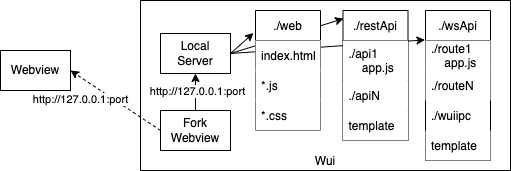
Above: architecture.drawio.png in boblund/JS-Wui (draw.io), before the change. Source tidied: cells renumbered, new cells last; positions are measured from the earlier drawing's top-left corner, leaving out a move shared by most shapes. The source it was exported from:
```xml
<mxGraphModel>
  <root>
    <mxCell id="0" />
    <mxCell id="1" parent="0" />
    <mxCell id="2" value="Wui" style="rounded=0;whiteSpace=wrap;html=1;verticalAlign=bottom;" parent="1" vertex="1">
      <mxGeometry x="140" width="370" height="170" as="geometry" />
    </mxCell>
    <mxCell id="3" value="Webview" style="rounded=0;whiteSpace=wrap;html=1;" parent="1" vertex="1">
      <mxGeometry y="50" width="70" height="40" as="geometry" />
    </mxCell>
    <mxCell id="4" value="Fork&lt;br&gt;Webview" style="rounded=0;whiteSpace=wrap;html=1;" parent="1" vertex="1">
      <mxGeometry x="160" y="110" width="70" height="40" as="geometry" />
    </mxCell>
    <mxCell id="5" value="Local&lt;br&gt;Server" style="rounded=0;whiteSpace=wrap;html=1;" parent="1" vertex="1">
      <mxGeometry x="160" y="33" width="70" height="40" as="geometry" />
    </mxCell>
    <mxCell id="6" value="./wsApi" style="swimlane;fontStyle=0;horizontal=1;startSize=30;" parent="1" vertex="1">
      <mxGeometry x="425" y="10" width="65" height="150" as="geometry" />
    </mxCell>
    <mxCell id="7" value="./route1&#10;    app.js" style="text;strokeColor=none;fillColor=default;align=left;verticalAlign=middle;spacingLeft=4;spacingRight=4;overflow=hidden;" parent="6" vertex="1">
      <mxGeometry y="30" width="65" height="30" as="geometry" />
    </mxCell>
    <mxCell id="8" value="./routeN" style="text;strokeColor=none;fillColor=default;align=left;verticalAlign=middle;spacingLeft=4;spacingRight=4;overflow=hidden;" parent="6" vertex="1">
      <mxGeometry y="60" width="65" height="30" as="geometry" />
    </mxCell>
    <mxCell id="9" value="./wuiipc" style="text;strokeColor=none;fillColor=none;align=left;verticalAlign=middle;spacingLeft=4;spacingRight=4;overflow=hidden;" parent="6" vertex="1">
      <mxGeometry y="90" width="65" height="30" as="geometry" />
    </mxCell>
    <mxCell id="10" value="template" style="text;strokeColor=none;fillColor=default;align=left;verticalAlign=middle;spacingLeft=4;spacingRight=4;overflow=hidden;" parent="6" vertex="1">
      <mxGeometry y="120" width="65" height="30" as="geometry" />
    </mxCell>
    <mxCell id="11" style="endArrow=classic;html=1;rounded=0;entryX=-0.008;entryY=0.196;entryDx=0;entryDy=0;entryPerimeter=0;exitX=1;exitY=0.5;exitDx=0;exitDy=0;startArrow=none;" parent="1" edge="1" source="5" target="6">
      <mxGeometry relative="1" as="geometry" />
    </mxCell>
    <mxCell id="12" style="endArrow=classic;html=1;rounded=0;exitX=1;exitY=0.5;exitDx=0;exitDy=0;entryX=-0.031;entryY=0.188;entryDx=0;entryDy=0;entryPerimeter=0;" parent="1" edge="1" source="5" target="21">
      <mxGeometry relative="1" as="geometry" />
    </mxCell>
    <mxCell id="13" style="endArrow=classic;html=1;rounded=0;exitX=0;exitY=0.5;exitDx=0;exitDy=0;entryX=1;entryY=0.5;entryDx=0;entryDy=0;dashed=1;" parent="1" edge="1" source="4" target="3">
      <mxGeometry relative="1" as="geometry" />
    </mxCell>
    <mxCell id="14" value="&lt;span style=&quot;color: rgba(0, 0, 0, 0); font-family: monospace; font-size: 0px; text-align: start; background-color: rgb(248, 249, 250);&quot;&gt;%3CmxGraphModel%3E%3Croot%3E%3CmxCell%20id%3D%220%22%2F%3E%3CmxCell%20id%3D%221%22%20parent%3D%220%22%2F%3E%3CmxCell%20id%3D%222%22%20value%3D%22http%3A%2F%2F127.0.0.1%3Aport%22%20style%3D%22edgeLabel%3Bhtml%3D1%3Balign%3Dcenter%3BverticalAlign%3Dmiddle%3Bresizable%3D0%3Bpoints%3D%5B%5D%3B%22%20vertex%3D%221%22%20connectable%3D%220%22%20parent%3D%221%22%3E%3CmxGeometry%20x%3D%22356%22%20y%3D%22219.66666666666663%22%20as%3D%22geometry%22%2F%3E%3C%2FmxCell%3E%3C%2Froot%3E%3C%2FmxGraphModel%3E&lt;/span&gt;" style="edgeLabel;html=1;align=center;verticalAlign=middle;" parent="13" vertex="1">
      <mxGeometry y="-1" relative="1" as="geometry" />
    </mxCell>
    <mxCell id="15" value="http://127.0.0.1:port" style="edgeLabel;html=1;align=center;verticalAlign=middle;" parent="13" vertex="1">
      <mxGeometry x="0.05" relative="1" as="geometry">
        <mxPoint x="-33" as="offset" />
      </mxGeometry>
    </mxCell>
    <mxCell id="16" value="./restApi" style="swimlane;fontStyle=0;horizontal=1;startSize=30;" parent="1" vertex="1">
      <mxGeometry x="342.5" y="10" width="65" height="130" as="geometry" />
    </mxCell>
    <mxCell id="17" value="./api1&#10;    app.js" style="text;strokeColor=none;fillColor=default;align=left;verticalAlign=middle;spacingLeft=4;spacingRight=4;overflow=hidden;" parent="16" vertex="1">
      <mxGeometry y="30" width="65" height="40" as="geometry" />
    </mxCell>
    <mxCell id="18" value="./apiN" style="text;strokeColor=none;fillColor=default;align=left;verticalAlign=middle;spacingLeft=4;spacingRight=4;overflow=hidden;" parent="16" vertex="1">
      <mxGeometry y="70" width="65" height="30" as="geometry" />
    </mxCell>
    <mxCell id="19" value="template" style="text;strokeColor=none;fillColor=default;align=left;verticalAlign=middle;spacingLeft=4;spacingRight=4;overflow=hidden;" parent="16" vertex="1">
      <mxGeometry y="100" width="65" height="30" as="geometry" />
    </mxCell>
    <mxCell id="20" style="endArrow=classic;html=1;rounded=0;entryX=0.008;entryY=0.063;entryDx=0;entryDy=0;entryPerimeter=0;exitX=1;exitY=0.5;exitDx=0;exitDy=0;" parent="1" edge="1" source="5" target="16">
      <mxGeometry relative="1" as="geometry" />
    </mxCell>
    <mxCell id="21" value="./web" style="swimlane;fontStyle=0;horizontal=1;startSize=30;" parent="1" vertex="1">
      <mxGeometry x="255" y="10" width="65" height="120" as="geometry" />
    </mxCell>
    <mxCell id="22" value="index.html" style="text;strokeColor=none;fillColor=default;align=left;verticalAlign=middle;spacingLeft=4;spacingRight=4;overflow=hidden;" parent="21" vertex="1">
      <mxGeometry y="30" width="65" height="30" as="geometry" />
    </mxCell>
    <mxCell id="23" value="*.js" style="text;strokeColor=none;fillColor=default;align=left;verticalAlign=middle;spacingLeft=4;spacingRight=4;overflow=hidden;" parent="21" vertex="1">
      <mxGeometry y="60" width="65" height="30" as="geometry" />
    </mxCell>
    <mxCell id="24" value="*.css" style="text;strokeColor=none;fillColor=default;align=left;verticalAlign=middle;spacingLeft=4;spacingRight=4;overflow=hidden;" parent="21" vertex="1">
      <mxGeometry y="90" width="65" height="30" as="geometry" />
    </mxCell>
    <mxCell id="25" style="endArrow=none;html=1;rounded=0;exitX=0.5;exitY=1;exitDx=0;exitDy=0;entryX=0.5;entryY=0;entryDx=0;entryDy=0;startArrow=classic;startFill=1;endFill=0;" parent="1" edge="1" source="5" target="4">
      <mxGeometry relative="1" as="geometry" />
    </mxCell>
    <mxCell id="26" value="http://127.0.0.1:port" style="edgeLabel;html=1;align=center;verticalAlign=middle;" parent="25" vertex="1">
      <mxGeometry x="-0.22" y="1" relative="1" as="geometry">
        <mxPoint y="2" as="offset" />
      </mxGeometry>
    </mxCell>
  </root>
</mxGraphModel>
```
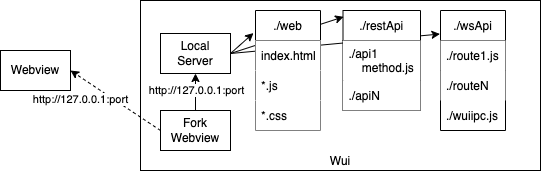
After the commit.

The edit, as a diff of the source:
```diff
@@ -3,7 +3,7 @@
     <mxCell id="0" />
     <mxCell id="1" parent="0" />
     <mxCell id="2" value="Wui" style="rounded=0;whiteSpace=wrap;html=1;verticalAlign=bottom;" parent="1" vertex="1">
-      <mxGeometry x="140" width="370" height="170" as="geometry" />
+      <mxGeometry x="140" width="400" height="170" as="geometry" />
     </mxCell>
     <mxCell id="3" value="Webview" style="rounded=0;whiteSpace=wrap;html=1;" parent="1" vertex="1">
       <mxGeometry y="50" width="70" height="40" as="geometry" />
@@ -15,20 +15,17 @@
       <mxGeometry x="160" y="33" width="70" height="40" as="geometry" />
     </mxCell>
     <mxCell id="6" value="./wsApi" style="swimlane;fontStyle=0;horizontal=1;startSize=30;" parent="1" vertex="1">
-      <mxGeometry x="425" y="10" width="65" height="150" as="geometry" />
+      <mxGeometry x="440" y="10" width="65" height="120" as="geometry" />
     </mxCell>
-    <mxCell id="7" value="./route1&#10;    app.js" style="text;strokeColor=none;fillColor=default;align=left;verticalAlign=middle;spacingLeft=4;spacingRight=4;overflow=hidden;" parent="6" vertex="1">
-      <mxGeometry y="30" width="65" height="30" as="geometry" />
-    </mxCell>
+    <mxCell id="27" value="./route1.js" style="text;strokeColor=none;fillColor=default;align=left;verticalAlign=middle;spacingLeft=4;spacingRight=4;overflow=hidden;" parent="6" vertex="1">
+      <mxGeometry y="30" width="65" height="30" as="geometry" />
+    </mxCell>
     <mxCell id="8" value="./routeN" style="text;strokeColor=none;fillColor=default;align=left;verticalAlign=middle;spacingLeft=4;spacingRight=4;overflow=hidden;" parent="6" vertex="1">
       <mxGeometry y="60" width="65" height="30" as="geometry" />
     </mxCell>
-    <mxCell id="9" value="./wuiipc" style="text;strokeColor=none;fillColor=none;align=left;verticalAlign=middle;spacingLeft=4;spacingRight=4;overflow=hidden;" parent="6" vertex="1">
-      <mxGeometry y="90" width="65" height="30" as="geometry" />
-    </mxCell>
-    <mxCell id="10" value="template" style="text;strokeColor=none;fillColor=default;align=left;verticalAlign=middle;spacingLeft=4;spacingRight=4;overflow=hidden;" parent="6" vertex="1">
-      <mxGeometry y="120" width="65" height="30" as="geometry" />
-    </mxCell>
+    <mxCell id="28" value="./wuiipc.js" style="text;strokeColor=none;fillColor=none;align=left;verticalAlign=middle;spacingLeft=4;spacingRight=4;overflow=hidden;" parent="6" vertex="1">
+      <mxGeometry y="90" width="65" height="30" as="geometry" />
+    </mxCell>
     <mxCell id="11" style="endArrow=classic;html=1;rounded=0;entryX=-0.008;entryY=0.196;entryDx=0;entryDy=0;entryPerimeter=0;exitX=1;exitY=0.5;exitDx=0;exitDy=0;startArrow=none;" parent="1" edge="1" source="5" target="6">
       <mxGeometry relative="1" as="geometry" />
     </mxCell>
@@ -41,23 +38,20 @@
     <mxCell id="14" value="&lt;span style=&quot;color: rgba(0, 0, 0, 0); font-family: monospace; font-size: 0px; text-align: start; background-color: rgb(248, 249, 250);&quot;&gt;%3CmxGraphModel%3E%3Croot%3E%3CmxCell%20id%3D%220%22%2F%3E%3CmxCell%20id%3D%221%22%20parent%3D%220%22%2F%3E%3CmxCell%20id%3D%222%22%20value%3D%22http%3A%2F%2F127.0.0.1%3Aport%22%20style%3D%22edgeLabel%3Bhtml%3D1%3Balign%3Dcenter%3BverticalAlign%3Dmiddle%3Bresizable%3D0%3Bpoints%3D%5B%5D%3B%22%20vertex%3D%221%22%20connectable%3D%220%22%20parent%3D%221%22%3E%3CmxGeometry%20x%3D%22356%22%20y%3D%22219.66666666666663%22%20as%3D%22geometry%22%2F%3E%3C%2FmxCell%3E%3C%2Froot%3E%3C%2FmxGraphModel%3E&lt;/span&gt;" style="edgeLabel;html=1;align=center;verticalAlign=middle;" parent="13" vertex="1">
       <mxGeometry y="-1" relative="1" as="geometry" />
     </mxCell>
-    <mxCell id="15" value="http://127.0.0.1:port" style="edgeLabel;html=1;align=center;verticalAlign=middle;" parent="13" vertex="1">
-      <mxGeometry x="0.05" relative="1" as="geometry">
-        <mxPoint x="-33" as="offset" />
-      </mxGeometry>
-    </mxCell>
+    <mxCell id="29" value="http://127.0.0.1:port" style="edgeLabel;html=1;align=center;verticalAlign=middle;" parent="13" vertex="1">
+      <mxGeometry x="0.05" relative="1" as="geometry">
+        <mxPoint x="-33" as="offset" />
+      </mxGeometry>
+    </mxCell>
     <mxCell id="16" value="./restApi" style="swimlane;fontStyle=0;horizontal=1;startSize=30;" parent="1" vertex="1">
-      <mxGeometry x="342.5" y="10" width="65" height="130" as="geometry" />
+      <mxGeometry x="342.5" y="10" width="77.5" height="100" as="geometry" />
     </mxCell>
-    <mxCell id="17" value="./api1&#10;    app.js" style="text;strokeColor=none;fillColor=default;align=left;verticalAlign=middle;spacingLeft=4;spacingRight=4;overflow=hidden;" parent="16" vertex="1">
-      <mxGeometry y="30" width="65" height="40" as="geometry" />
-    </mxCell>
+    <mxCell id="30" value="./api1&#10;    method.js" style="text;strokeColor=none;fillColor=default;align=left;verticalAlign=middle;spacingLeft=4;spacingRight=4;overflow=hidden;" parent="16" vertex="1">
+      <mxGeometry y="30" width="77.5" height="40" as="geometry" />
+    </mxCell>
     <mxCell id="18" value="./apiN" style="text;strokeColor=none;fillColor=default;align=left;verticalAlign=middle;spacingLeft=4;spacingRight=4;overflow=hidden;" parent="16" vertex="1">
-      <mxGeometry y="70" width="65" height="30" as="geometry" />
+      <mxGeometry y="70" width="77.5" height="30" as="geometry" />
     </mxCell>
-    <mxCell id="19" value="template" style="text;strokeColor=none;fillColor=default;align=left;verticalAlign=middle;spacingLeft=4;spacingRight=4;overflow=hidden;" parent="16" vertex="1">
-      <mxGeometry y="100" width="65" height="30" as="geometry" />
-    </mxCell>
     <mxCell id="20" style="endArrow=classic;html=1;rounded=0;entryX=0.008;entryY=0.063;entryDx=0;entryDy=0;entryPerimeter=0;exitX=1;exitY=0.5;exitDx=0;exitDy=0;" parent="1" edge="1" source="5" target="16">
       <mxGeometry relative="1" as="geometry" />
     </mxCell>
@@ -76,10 +70,10 @@
     <mxCell id="25" style="endArrow=none;html=1;rounded=0;exitX=0.5;exitY=1;exitDx=0;exitDy=0;entryX=0.5;entryY=0;entryDx=0;entryDy=0;startArrow=classic;startFill=1;endFill=0;" parent="1" edge="1" source="5" target="4">
       <mxGeometry relative="1" as="geometry" />
     </mxCell>
-    <mxCell id="26" value="http://127.0.0.1:port" style="edgeLabel;html=1;align=center;verticalAlign=middle;" parent="25" vertex="1">
-      <mxGeometry x="-0.22" y="1" relative="1" as="geometry">
-        <mxPoint y="2" as="offset" />
-      </mxGeometry>
-    </mxCell>
+    <mxCell id="31" value="http://127.0.0.1:port" style="edgeLabel;html=1;align=center;verticalAlign=middle;" parent="25" vertex="1">
+      <mxGeometry x="-0.22" y="1" relative="1" as="geometry">
+        <mxPoint y="2" as="offset" />
+      </mxGeometry>
+    </mxCell>
   </root>
 </mxGraphModel>
```
